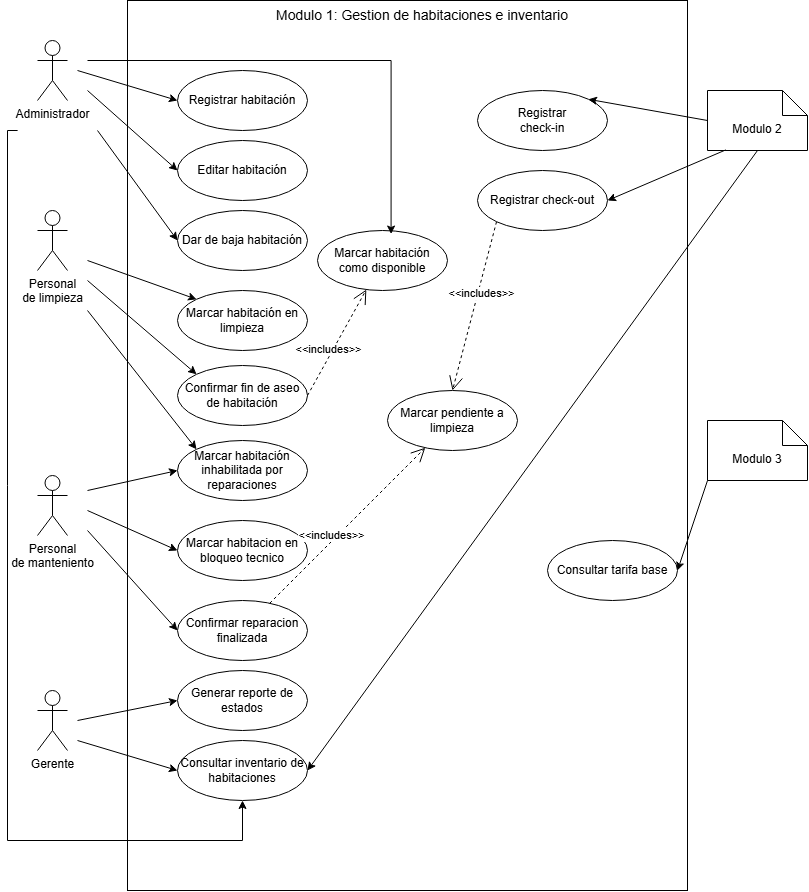
The draw.io diagram documentos/diagramas/cdu-modulo-1.png in MirianMarriaga/hospitua-module-1, before a commit. Source tidied: cells renumbered, new cells last; positions are measured from the earlier drawing's top-left corner, leaving out a move shared by most shapes.
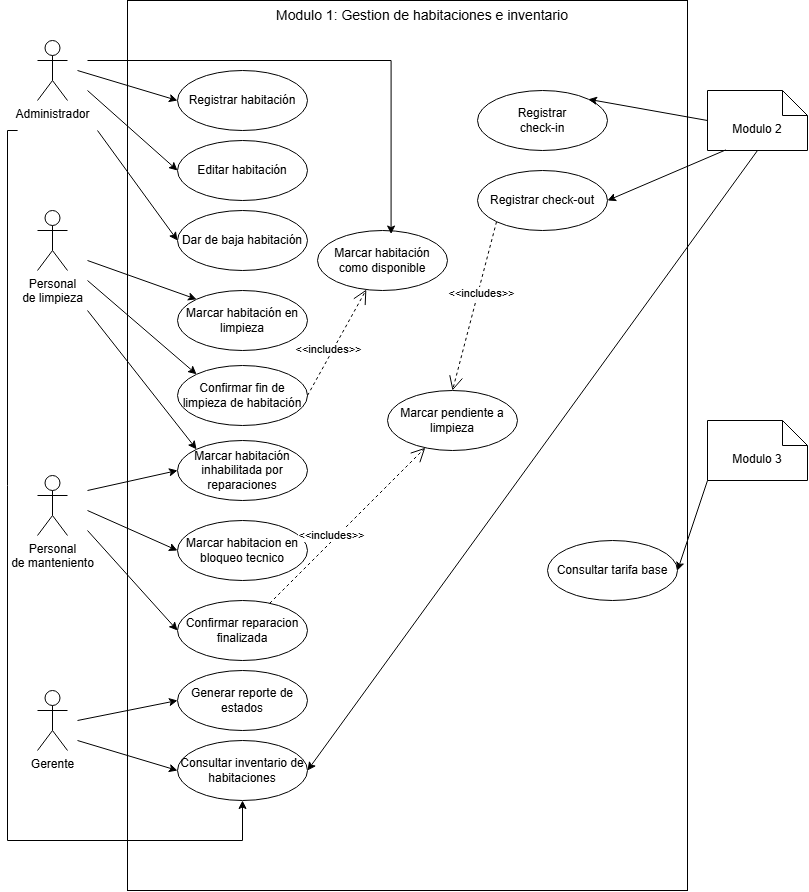
Above is the later version.

Commit message:
docs: correción de spec registrar habitación

What changed in the source:
```diff
@@ -58,7 +58,7 @@
     <mxCell id="17" value="Personal&lt;div&gt;de manteniento&lt;/div&gt;" style="shape=umlActor;verticalLabelPosition=bottom;verticalAlign=top;html=1;" parent="1" vertex="1">
       <mxGeometry x="75" y="475" width="30" height="60" as="geometry" />
     </mxCell>
-    <mxCell id="18" value="Confirmar fin de aseo&lt;div&gt;de habitación&lt;/div&gt;" style="ellipse;whiteSpace=wrap;html=1;" parent="1" vertex="1">
+    <mxCell id="18" value="Confirmar fin de limpieza&amp;nbsp;&lt;span style=&quot;background-color: transparent; color: light-dark(rgb(0, 0, 0), rgb(255, 255, 255));&quot;&gt;de habitación&lt;/span&gt;" style="ellipse;whiteSpace=wrap;html=1;" parent="1" vertex="1">
       <mxGeometry x="215" y="365" width="130" height="60" as="geometry" />
     </mxCell>
     <mxCell id="19" style="endArrow=classic;html=1;rounded=0;endFill=1;entryX=0;entryY=0;entryDx=0;entryDy=0;" parent="1" edge="1" target="18">
```
